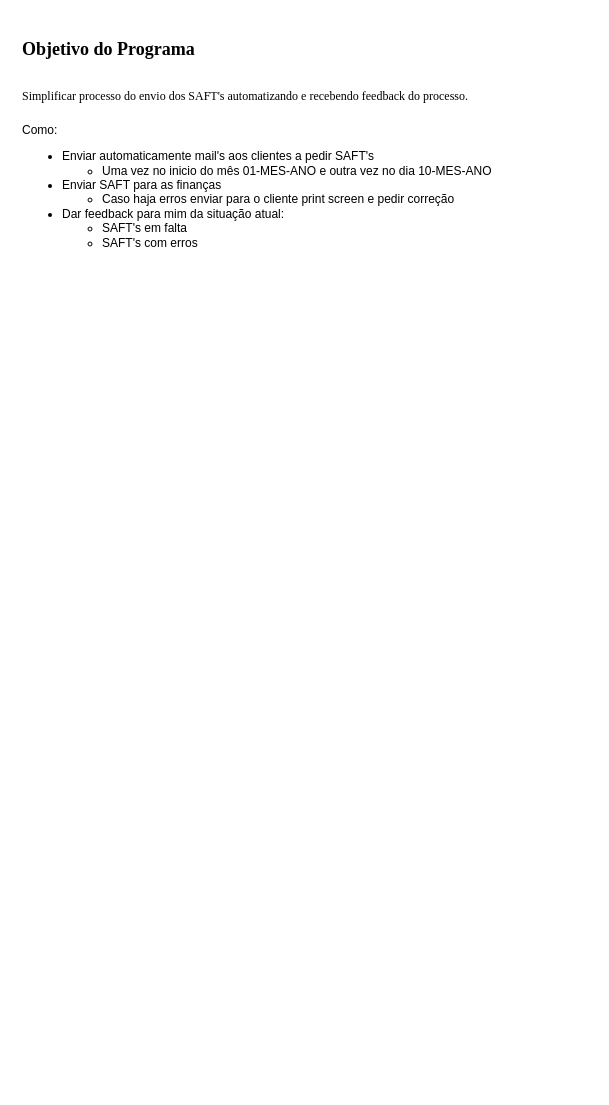
FredericoIsaac/mail_project keeps this draw.io diagram as page "code_flow" (2 of 2) of Untitled Diagram.drawio. Above is the earlier version. Source tidied: cells renumbered, new cells numbered last; positions are measured from the earlier drawing's top-left corner, leaving out a move shared by most shapes. Both pictures are drawn from the tidied source at 100%, with x=0, y=0 at pixel (17, 27).
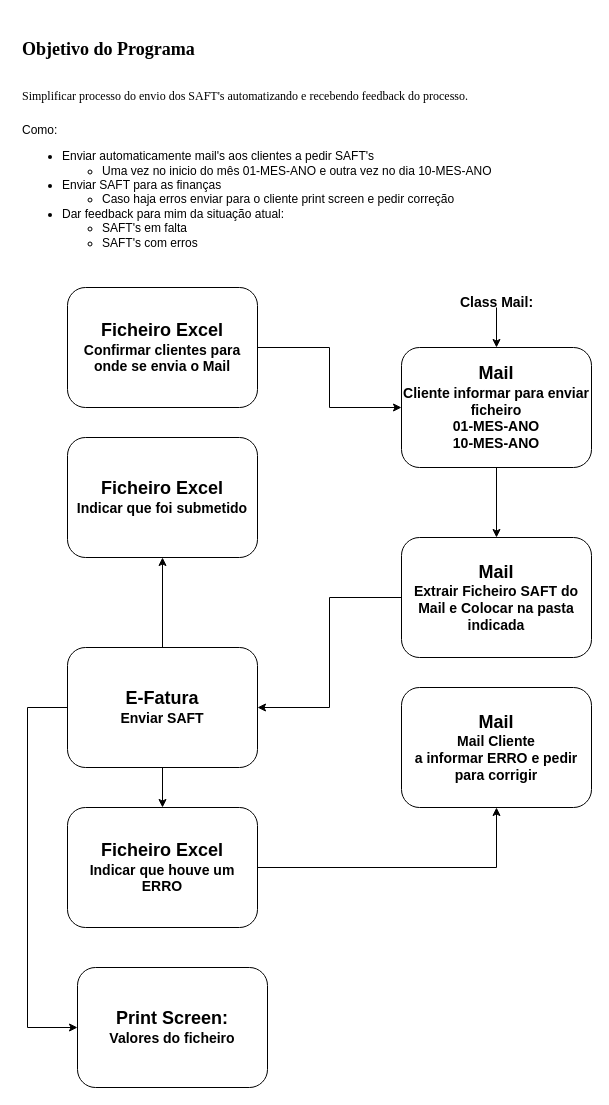
The same diagram, later.

Commit message:
Determinate modules

Change to the diagram source:
```diff
@@
+    <mxCell id="3" style="edgeStyle=orthogonalEdgeStyle;rounded=0;jettySize=auto;html=1;entryX=0;entryY=0.5;entryDx=0;entryDy=0;" parent="1" edge="1" source="4" target="6">
+      <mxGeometry relative="1" as="geometry" />
+    </mxCell>
+    <mxCell id="4" value="&lt;b&gt;&lt;font&gt;&lt;font style=&quot;font-size: 18px&quot;&gt;Ficheiro Excel&lt;/font&gt;&lt;br&gt;&lt;span style=&quot;font-size: 14px&quot;&gt;Confirmar clientes para onde se envia o Mail&lt;/span&gt;&lt;br&gt;&lt;/font&gt;&lt;/b&gt;" style="shape=ext;rounded=1;html=1;whiteSpace=wrap;" parent="1" vertex="1">
+      <mxGeometry x="50" y="260" width="190" height="120" as="geometry" />
+    </mxCell>
+    <mxCell id="5" style="edgeStyle=orthogonalEdgeStyle;rounded=0;jettySize=auto;html=1;" parent="1" edge="1" source="6" target="11">
+      <mxGeometry relative="1" as="geometry" />
+    </mxCell>
+    <mxCell id="6" value="&lt;b&gt;&lt;font style=&quot;font-size: 18px&quot;&gt;Mail &lt;/font&gt;&lt;br&gt;&lt;span style=&quot;font-size: 14px&quot;&gt;Cliente informar para enviar ficheiro&lt;/span&gt;&lt;br&gt;&lt;span style=&quot;font-size: 14px&quot;&gt;01-MES-ANO&lt;/span&gt;&lt;br&gt;&lt;span style=&quot;font-size: 14px&quot;&gt;10-MES-ANO&lt;/span&gt;&lt;br&gt;&lt;/b&gt;" style="shape=ext;rounded=1;html=1;whiteSpace=wrap;" parent="1" vertex="1">
+      <mxGeometry x="384" y="320" width="190" height="120" as="geometry" />
+    </mxCell>
+    <mxCell id="7" value="&lt;b&gt;&lt;font style=&quot;font-size: 18px&quot;&gt;Mail&lt;/font&gt;&lt;br&gt;&lt;span style=&quot;font-size: 14px&quot;&gt;Mail Cliente&lt;/span&gt;&lt;br&gt;&lt;span style=&quot;font-size: 14px&quot;&gt;a informar ERRO e pedir para corrigir&lt;/span&gt;&lt;br&gt;&lt;/b&gt;" style="shape=ext;rounded=1;html=1;whiteSpace=wrap;" parent="1" vertex="1">
+      <mxGeometry x="384" y="660" width="190" height="120" as="geometry" />
+    </mxCell>
+    <mxCell id="8" style="edgeStyle=orthogonalEdgeStyle;rounded=0;jettySize=auto;html=1;" parent="1" edge="1" source="9" target="6">
+      <mxGeometry relative="1" as="geometry" />
+    </mxCell>
+    <mxCell id="9" value="&lt;font style=&quot;font-size: 14px&quot;&gt;&lt;b&gt;Class Mail:&lt;/b&gt;&lt;/font&gt;" style="text;html=1;strokeColor=none;fillColor=none;align=center;verticalAlign=middle;whiteSpace=wrap;rounded=0;" parent="1" vertex="1">
+      <mxGeometry x="433.5" y="270" width="91" height="10" as="geometry" />
+    </mxCell>
+    <mxCell id="10" style="edgeStyle=orthogonalEdgeStyle;rounded=0;jettySize=auto;html=1;" parent="1" edge="1" source="11" target="15">
+      <mxGeometry relative="1" as="geometry" />
+    </mxCell>
+    <mxCell id="11" value="&lt;b&gt;&lt;font style=&quot;font-size: 18px&quot;&gt;Mail&lt;br&gt;&lt;/font&gt;&lt;span style=&quot;font-size: 14px&quot;&gt;Extrair Ficheiro SAFT do Mail e Colocar na pasta indicada&lt;/span&gt;&lt;br&gt;&lt;/b&gt;" style="shape=ext;rounded=1;html=1;whiteSpace=wrap;" parent="1" vertex="1">
+      <mxGeometry x="384" y="510" width="190" height="120" as="geometry" />
+    </mxCell>
+    <mxCell id="12" style="edgeStyle=orthogonalEdgeStyle;rounded=0;jettySize=auto;html=1;" parent="1" edge="1" source="15" target="16">
+      <mxGeometry relative="1" as="geometry" />
+    </mxCell>
+    <mxCell id="13" style="edgeStyle=orthogonalEdgeStyle;rounded=0;jettySize=auto;html=1;entryX=0;entryY=0.5;entryDx=0;entryDy=0;" parent="1" edge="1" source="15" target="17">
+      <mxGeometry relative="1" as="geometry">
+        <Array as="points">
+          <mxPoint x="10" y="680" />
+          <mxPoint x="10" y="1000" />
+        </Array>
+      </mxGeometry>
+    </mxCell>
+    <mxCell id="14" style="edgeStyle=orthogonalEdgeStyle;rounded=0;jettySize=auto;html=1;" parent="1" edge="1" source="15" target="19">
+      <mxGeometry relative="1" as="geometry" />
+    </mxCell>
+    <mxCell id="15" value="&lt;b&gt;&lt;font style=&quot;font-size: 18px&quot;&gt;E-Fatura&lt;/font&gt;&lt;/b&gt;&lt;span style=&quot;font-size: 14px&quot;&gt;&lt;b&gt;&lt;br&gt;Enviar SAFT&lt;br&gt;&lt;/b&gt;&lt;/span&gt;" style="shape=ext;rounded=1;html=1;whiteSpace=wrap;" parent="1" vertex="1">
+      <mxGeometry x="50" y="620" width="190" height="120" as="geometry" />
+    </mxCell>
+    <mxCell id="16" value="&lt;font&gt;&lt;b&gt;&lt;font style=&quot;font-size: 18px&quot;&gt;Ficheiro Excel&lt;/font&gt;&lt;/b&gt;&lt;br&gt;&lt;b style=&quot;font-size: 14px&quot;&gt;Indicar que foi submetido&lt;/b&gt;&lt;br&gt;&lt;/font&gt;" style="shape=ext;rounded=1;html=1;whiteSpace=wrap;" parent="1" vertex="1">
+      <mxGeometry x="50" y="410" width="190" height="120" as="geometry" />
+    </mxCell>
+    <mxCell id="17" value="&lt;span style=&quot;font-weight: bold ; font-size: 18px&quot;&gt;Print Screen:&lt;br&gt;&lt;/span&gt;&lt;b&gt;&lt;font style=&quot;font-size: 14px&quot;&gt;Valores do ficheiro&lt;/font&gt;&lt;/b&gt;" style="shape=ext;rounded=1;html=1;whiteSpace=wrap;" parent="1" vertex="1">
+      <mxGeometry x="60" y="940" width="190" height="120" as="geometry" />
+    </mxCell>
+    <mxCell id="18" style="edgeStyle=orthogonalEdgeStyle;rounded=0;jettySize=auto;html=1;entryX=0.5;entryY=1;entryDx=0;entryDy=0;" parent="1" edge="1" source="19" target="7">
+      <mxGeometry relative="1" as="geometry" />
+    </mxCell>
+    <mxCell id="19" value="&lt;font&gt;&lt;b&gt;&lt;font style=&quot;font-size: 18px&quot;&gt;Ficheiro Excel&lt;/font&gt;&lt;/b&gt;&lt;br&gt;&lt;b style=&quot;font-size: 14px&quot;&gt;Indicar que houve um ERRO&lt;/b&gt;&lt;br&gt;&lt;/font&gt;" style="shape=ext;rounded=1;html=1;whiteSpace=wrap;" parent="1" vertex="1">
+      <mxGeometry x="50" y="780" width="190" height="120" as="geometry" />
+    </mxCell>
```
